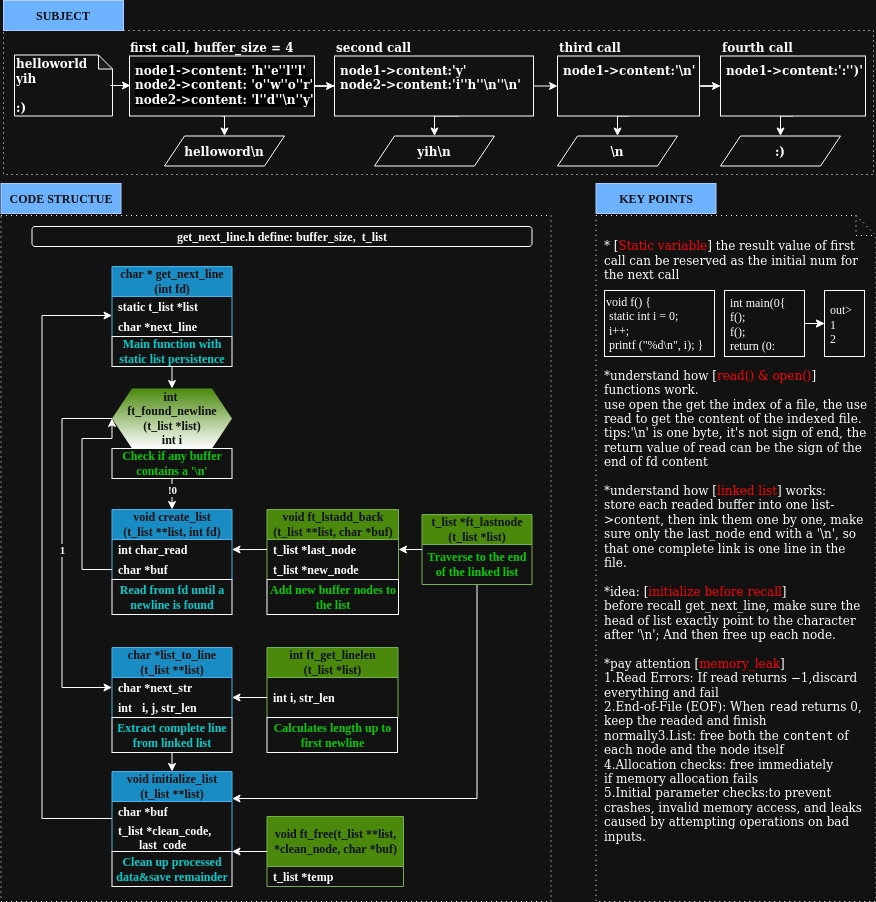
Yihuan0301/42 keeps this draw.io diagram as 3.getnextline_20251201/SUMMARY.png. Above is the earlier version. Source tidied: cells renumbered, new cells last; positions are measured from the earlier drawing's top-left corner, leaving out a move shared by most shapes.
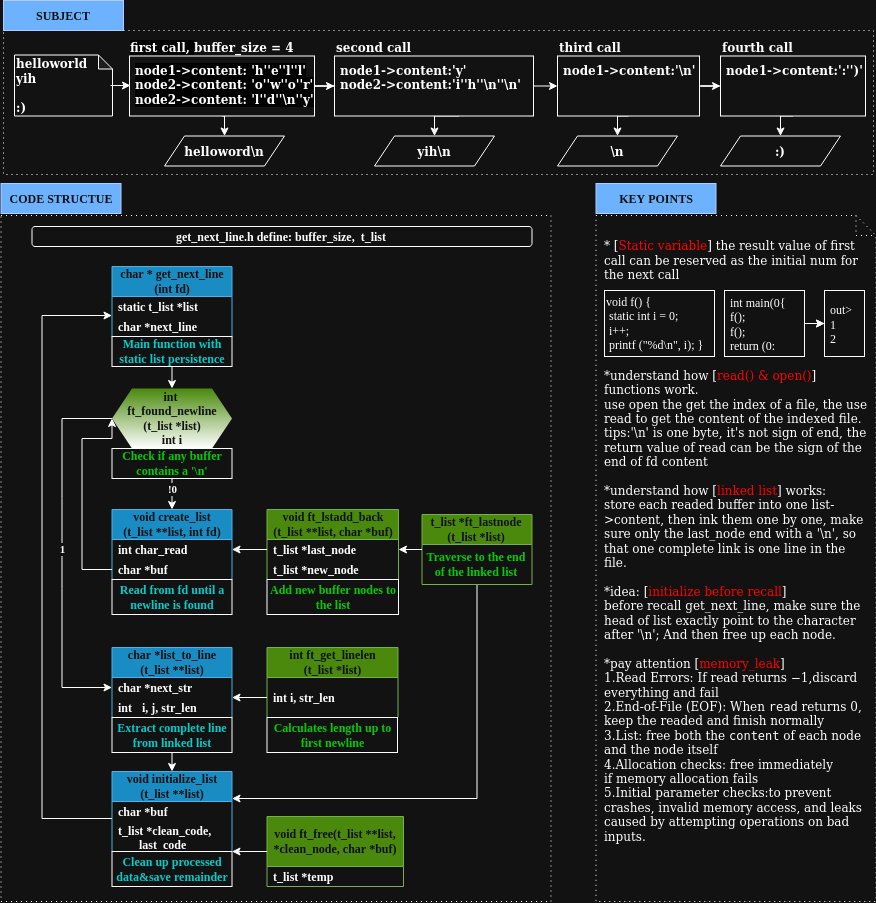
After the change.

Change to the diagram source:
```diff
@@ -180,7 +180,7 @@
     <mxCell id="48" style="edgeStyle=orthogonalEdgeStyle;rounded=0;jettySize=auto;html=1;exitX=0;exitY=0.5;exitDx=0;exitDy=0;entryX=1;entryY=0.008;entryDx=0;entryDy=0;entryPerimeter=0;fontFamily=Times New Roman;fontStyle=1;" parent="1" edge="1" source="23" target="14">
       <mxGeometry relative="1" as="geometry" />
     </mxCell>
-    <mxCell id="49" value="&lt;div align=&quot;center&quot;&gt;&lt;br&gt;&lt;/div&gt;&lt;div align=&quot;left&quot;&gt;* [&lt;span style=&quot;color: light-dark(rgb(0, 0, 0), rgb(255, 0, 0));&quot;&gt;Static variable&lt;/span&gt;] the result value of first call can be reserved as the initial num for the next call&lt;/div&gt;&lt;div align=&quot;left&quot;&gt;&lt;br&gt;&lt;/div&gt;&lt;div align=&quot;left&quot;&gt;&lt;br&gt;&lt;/div&gt;&lt;div align=&quot;left&quot;&gt;&lt;br&gt;&lt;/div&gt;&lt;div align=&quot;left&quot;&gt;&lt;br&gt;&lt;/div&gt;&lt;div align=&quot;left&quot;&gt;&lt;br&gt;&lt;/div&gt;&lt;div align=&quot;left&quot;&gt;&lt;br&gt;&lt;/div&gt;&lt;div align=&quot;left&quot;&gt;*understand how [&lt;span style=&quot;color: light-dark(rgb(0, 0, 0), rgb(255, 0, 0));&quot;&gt;read() &amp;amp; open()&lt;/span&gt;] functions work.&lt;/div&gt;&lt;div align=&quot;left&quot;&gt;use open the get the index of a file, the use read to get the content of the indexed file. tips:'\n' is one byte, it's not sign of end, the return value of read can be the sign of the end of fd content&lt;/div&gt;&lt;div align=&quot;left&quot;&gt;&lt;br&gt;&lt;/div&gt;&lt;div align=&quot;left&quot;&gt;*understand how [&lt;span style=&quot;color: light-dark(rgb(0, 0, 0), rgb(255, 0, 0));&quot;&gt;linked list&lt;/span&gt;] works:&lt;/div&gt;&lt;div align=&quot;left&quot;&gt;store each readed buffer into one list-&amp;gt;content, then ink them one by one, make sure only the last_node end with a '\n', so that one complete link is one line in the file.&lt;/div&gt;&lt;div align=&quot;left&quot;&gt;&lt;br&gt;&lt;/div&gt;&lt;div align=&quot;left&quot;&gt;&lt;div align=&quot;left&quot;&gt;*idea: [&lt;span style=&quot;color: light-dark(rgb(0, 0, 0), rgb(255, 0, 0));&quot;&gt;initialize&lt;/span&gt;&lt;span style=&quot;color: light-dark(rgb(0, 0, 0), rgb(255, 0, 0));&quot;&gt;&amp;nbsp;before recall&lt;/span&gt;]&amp;nbsp;&lt;/div&gt;&lt;div align=&quot;left&quot;&gt;before recall get_next_line, make sure the head of list exactly point to the character after '\n'; And then free up each node.&lt;/div&gt;&lt;div align=&quot;left&quot;&gt;&lt;br&gt;&lt;/div&gt;&lt;div align=&quot;left&quot;&gt;*pay attention [&lt;span style=&quot;color: light-dark(rgb(0, 0, 0), rgb(255, 0, 0));&quot;&gt;memory_leak&lt;/span&gt;]&lt;/div&gt;1.Read Errors: If read returns −1,discard everything and fail&lt;br&gt;2.End-of-File (EOF): When &lt;code&gt;read&lt;/code&gt; returns &lt;span class=&quot;math-inline&quot;&gt;&lt;span class=&quot;katex&quot;&gt;&lt;span class=&quot;katex-html&quot; aria-hidden=&quot;true&quot;&gt;&lt;span class=&quot;base&quot;&gt;&lt;span class=&quot;strut&quot; style=&quot;height: 0.6444em;&quot;&gt;&lt;/span&gt;&lt;span class=&quot;mord mathbf&quot;&gt;0&lt;/span&gt;&lt;/span&gt;&lt;/span&gt;&lt;/span&gt;&lt;/span&gt;, keep the readed and finish normally3.List:&amp;nbsp;free both the &lt;code&gt;content&lt;/code&gt; of each node and the node itself&lt;br&gt;4.Allocation checks: free immediately if&amp;nbsp;memory allocation fails&lt;br&gt;5.Initial parameter checks:to prevent crashes, invalid memory access, and leaks caused by attempting operations on bad inputs.&lt;/div&gt;" style="shape=note;size=20;whiteSpace=wrap;html=1;verticalAlign=top;spacingTop=0;spacing=4;spacingLeft=4;spacingRight=4;spacingBottom=4;align=left;dashed=1;dashPattern=1 4;fontFamily=Tahoma;fontStyle=0;" parent="1" vertex="1">
+    <mxCell id="49" value="&lt;div align=&quot;center&quot;&gt;&lt;br&gt;&lt;/div&gt;&lt;div align=&quot;left&quot;&gt;* [&lt;span style=&quot;color: light-dark(rgb(0, 0, 0), rgb(255, 0, 0));&quot;&gt;Static variable&lt;/span&gt;] the result value of first call can be reserved as the initial num for the next call&lt;/div&gt;&lt;div align=&quot;left&quot;&gt;&lt;br&gt;&lt;/div&gt;&lt;div align=&quot;left&quot;&gt;&lt;br&gt;&lt;/div&gt;&lt;div align=&quot;left&quot;&gt;&lt;br&gt;&lt;/div&gt;&lt;div align=&quot;left&quot;&gt;&lt;br&gt;&lt;/div&gt;&lt;div align=&quot;left&quot;&gt;&lt;br&gt;&lt;/div&gt;&lt;div align=&quot;left&quot;&gt;&lt;br&gt;&lt;/div&gt;&lt;div align=&quot;left&quot;&gt;*understand how [&lt;span style=&quot;color: light-dark(rgb(0, 0, 0), rgb(255, 0, 0));&quot;&gt;read() &amp;amp; open()&lt;/span&gt;] functions work.&lt;/div&gt;&lt;div align=&quot;left&quot;&gt;use open the get the index of a file, the use read to get the content of the indexed file. tips:'\n' is one byte, it's not sign of end, the return value of read can be the sign of the end of fd content&lt;/div&gt;&lt;div align=&quot;left&quot;&gt;&lt;br&gt;&lt;/div&gt;&lt;div align=&quot;left&quot;&gt;*understand how [&lt;span style=&quot;color: light-dark(rgb(0, 0, 0), rgb(255, 0, 0));&quot;&gt;linked list&lt;/span&gt;] works:&lt;/div&gt;&lt;div align=&quot;left&quot;&gt;store each readed buffer into one list-&amp;gt;content, then ink them one by one, make sure only the last_node end with a '\n', so that one complete link is one line in the file.&lt;/div&gt;&lt;div align=&quot;left&quot;&gt;&lt;br&gt;&lt;/div&gt;&lt;div align=&quot;left&quot;&gt;&lt;div align=&quot;left&quot;&gt;*idea: [&lt;span style=&quot;color: light-dark(rgb(0, 0, 0), rgb(255, 0, 0));&quot;&gt;initialize&lt;/span&gt;&lt;span style=&quot;color: light-dark(rgb(0, 0, 0), rgb(255, 0, 0));&quot;&gt;&amp;nbsp;before recall&lt;/span&gt;]&amp;nbsp;&lt;/div&gt;&lt;div align=&quot;left&quot;&gt;before recall get_next_line, make sure the head of list exactly point to the character after '\n'; And then free up each node.&lt;/div&gt;&lt;div align=&quot;left&quot;&gt;&lt;br&gt;&lt;/div&gt;&lt;div align=&quot;left&quot;&gt;*pay attention [&lt;span style=&quot;color: light-dark(rgb(0, 0, 0), rgb(255, 0, 0));&quot;&gt;memory_leak&lt;/span&gt;]&lt;/div&gt;1.Read Errors: If read returns −1,discard everything and fail&lt;/div&gt;&lt;div align=&quot;left&quot;&gt;2.End-of-File (EOF): When &lt;code&gt;read&lt;/code&gt; returns &lt;span class=&quot;math-inline&quot;&gt;&lt;span class=&quot;katex&quot;&gt;&lt;span class=&quot;katex-html&quot; aria-hidden=&quot;true&quot;&gt;&lt;span class=&quot;base&quot;&gt;&lt;span class=&quot;strut&quot; style=&quot;height: 0.6444em;&quot;&gt;&lt;/span&gt;&lt;span class=&quot;mord mathbf&quot;&gt;0&lt;/span&gt;&lt;/span&gt;&lt;/span&gt;&lt;/span&gt;&lt;/span&gt;, keep the readed and finish normally&lt;/div&gt;&lt;div align=&quot;left&quot;&gt;3.List:&amp;nbsp;free both the &lt;code&gt;content&lt;/code&gt; of each node and the node itself&lt;br&gt;4.Allocation checks: free immediately if&amp;nbsp;memory allocation fails&lt;br&gt;5.Initial parameter checks:to prevent crashes, invalid memory access, and leaks caused by attempting operations on bad inputs.&lt;/div&gt;" style="shape=note;size=20;whiteSpace=wrap;html=1;verticalAlign=top;spacingTop=0;spacing=4;spacingLeft=4;spacingRight=4;spacingBottom=4;align=left;dashed=1;dashPattern=1 4;fontFamily=Tahoma;fontStyle=0;" parent="1" vertex="1">
       <mxGeometry x="594.5" y="215" width="280" height="686" as="geometry" />
     </mxCell>
     <mxCell id="50" value="&lt;div&gt;void f()&amp;nbsp;{&amp;nbsp;&lt;/div&gt;&lt;div&gt;&amp;nbsp;static int i = 0;&amp;nbsp;&amp;nbsp;&lt;/div&gt;&lt;div&gt;&amp;nbsp;i++;&amp;nbsp;&amp;nbsp;&lt;/div&gt;&lt;div&gt;&amp;nbsp;printf (&quot;%d\n&quot;, i); }&amp;nbsp;&amp;nbsp;&lt;/div&gt;" style="rounded=0;whiteSpace=wrap;html=1;align=left;fontFamily=Times New Roman;fontStyle=0;" parent="1" vertex="1">
```
